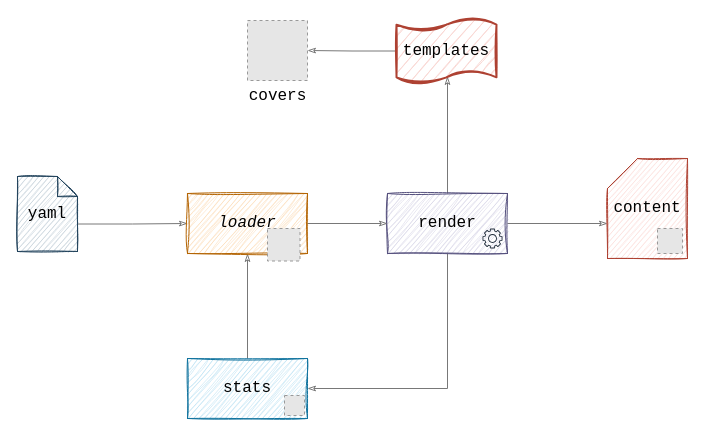
This is docs/it-readventure.drawio.xml from enribd/choose-your-own-it-readventure, a draw.io file, before an edit. Source tidied: cells renumbered, new cells numbered last; positions are measured from the earlier drawing's top-left corner, leaving out a move shared by most shapes. Both pictures are drawn from the tidied source at 100%, with x=0, y=0 at pixel (17, 18). Pictures stored in the file or linked from it are replaced by grey dashed boxes.
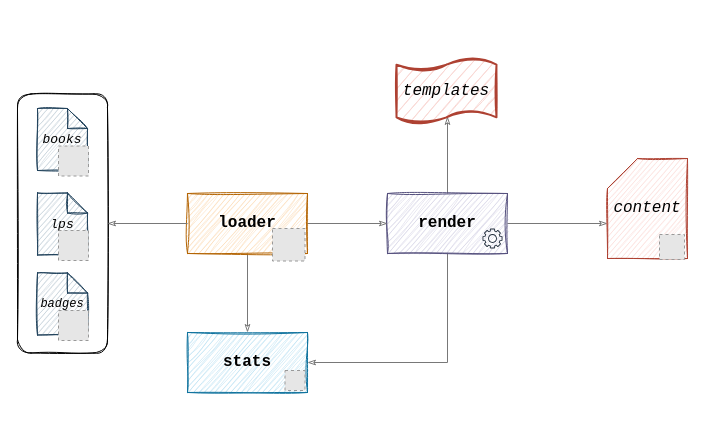
After the change.

Diff of the diagram source:
```diff
@@
+    <mxCell id="20" style="rounded=1;whiteSpace=wrap;html=1;sketch=1;fontSize=14;fillColor=none;" parent="1" vertex="1">
+      <mxGeometry y="75.5" width="90" height="259" as="geometry" />
+    </mxCell>
@@
     <mxCell id="3" style="edgeStyle=orthogonalEdgeStyle;rounded=0;jettySize=auto;html=1;entryX=1;entryY=0.5;entryDx=0;entryDy=0;strokeColor=#787878;fontFamily=Courier New;fontSize=16;endArrow=classicThin;endFill=0;" parent="1" edge="1" source="5" target="8">
       <mxGeometry relative="1" as="geometry">
         <Array as="points">
-          <mxPoint x="430" y="370" />
+          <mxPoint x="430" y="344" />
         </Array>
       </mxGeometry>
     </mxCell>
@@
-    <mxCell id="5" value="render" style="rounded=0;whiteSpace=wrap;html=1;sketch=1;curveFitting=1;jiggle=2;shadow=0;glass=0;fontFamily=Courier New;fontSize=16;fillColor=#d0cee2;strokeColor=#56517e;" parent="1" vertex="1">
+    <mxCell id="5" value="render" style="rounded=0;whiteSpace=wrap;html=1;sketch=1;curveFitting=1;jiggle=2;shadow=0;glass=0;fontFamily=Courier New;fontSize=16;fillColor=#d0cee2;strokeColor=#56517e;fontStyle=1;" parent="1" vertex="1">
       <mxGeometry x="370" y="175" width="120" height="60" as="geometry" />
     </mxCell>
-    <mxCell id="6" style="edgeStyle=orthogonalEdgeStyle;rounded=0;jettySize=auto;html=1;fontFamily=Courier New;fontSize=16;endArrow=classicThin;endFill=0;strokeColor=#787878;exitX=0;exitY=0;exitDx=60;exitDy=47.5;exitPerimeter=0;" parent="1" edge="1" source="14" target="10">
-      <mxGeometry relative="1" as="geometry" />
-    </mxCell>
-    <mxCell id="7" style="edgeStyle=orthogonalEdgeStyle;rounded=0;jettySize=auto;html=1;entryX=0.5;entryY=1;entryDx=0;entryDy=0;strokeColor=#787878;fontFamily=Courier New;fontSize=16;endArrow=classicThin;endFill=0;" parent="1" edge="1" source="8" target="10">
+    <mxCell id="7" style="edgeStyle=orthogonalEdgeStyle;rounded=0;jettySize=auto;html=1;strokeColor=#787878;fontFamily=Courier New;fontSize=16;endArrow=classicThin;endFill=0;exitX=0.5;exitY=1;exitDx=0;exitDy=0;entryX=0.5;entryY=0;entryDx=0;entryDy=0;" parent="1" edge="1" source="10" target="8">
       <mxGeometry relative="1" as="geometry" />
     </mxCell>
-    <mxCell id="8" value="stats" style="rounded=0;whiteSpace=wrap;html=1;sketch=1;curveFitting=1;jiggle=2;shadow=0;glass=0;fontFamily=Courier New;fontSize=16;fillColor=#b1ddf0;strokeColor=#10739e;" parent="1" vertex="1">
-      <mxGeometry x="170" y="340" width="120" height="60" as="geometry" />
+    <mxCell id="8" value="stats" style="rounded=0;whiteSpace=wrap;html=1;sketch=1;curveFitting=1;jiggle=2;shadow=0;glass=0;fontFamily=Courier New;fontSize=16;fillColor=#b1ddf0;strokeColor=#10739e;fontStyle=1;" parent="1" vertex="1">
+      <mxGeometry x="170" y="314" width="120" height="60" as="geometry" />
     </mxCell>
@@
-    <mxCell id="10" value="loader" style="rounded=0;whiteSpace=wrap;html=1;sketch=1;curveFitting=1;jiggle=2;shadow=0;glass=0;fontFamily=Courier New;fontSize=16;fillColor=#fad7ac;strokeColor=#b46504;fontStyle=2;" parent="1" vertex="1">
+    <mxCell id="10" value="loader" style="rounded=0;whiteSpace=wrap;html=1;sketch=1;curveFitting=1;jiggle=2;shadow=0;glass=0;fontFamily=Courier New;fontSize=16;fillColor=#fad7ac;strokeColor=#b46504;fontStyle=1;" parent="1" vertex="1">
       <mxGeometry x="170" y="175" width="120" height="60" as="geometry" />
     </mxCell>
-    <mxCell id="11" value="&lt;font style=&quot;font-size: 16px;&quot;&gt;content&lt;/font&gt;" style="shape=card;whiteSpace=wrap;html=1;rounded=0;shadow=0;glass=0;sketch=1;fontFamily=Courier New;fontSize=13;fillColor=#fad9d5;strokeColor=#ae4132;" parent="1" vertex="1">
+    <mxCell id="11" value="&lt;font style=&quot;font-size: 16px;&quot;&gt;content&lt;/font&gt;" style="shape=card;whiteSpace=wrap;html=1;rounded=0;shadow=0;glass=0;sketch=1;fontFamily=Courier New;fontSize=13;fillColor=#fad9d5;strokeColor=#ae4132;fontStyle=2;" parent="1" vertex="1">
       <mxGeometry x="590" y="140" width="80" height="100" as="geometry" />
     </mxCell>
-    <mxCell id="12" style="edgeStyle=orthogonalEdgeStyle;rounded=0;jettySize=auto;html=1;entryX=1;entryY=0.5;entryDx=0;entryDy=0;strokeColor=#787878;fontFamily=Courier New;fontSize=16;endArrow=classicThin;endFill=0;" parent="1" edge="1" source="13" target="15">
-      <mxGeometry relative="1" as="geometry" />
-    </mxCell>
-    <mxCell id="13" value="&lt;font style=&quot;font-size: 16px;&quot;&gt;templates&lt;/font&gt;" style="shape=tape;whiteSpace=wrap;html=1;strokeWidth=2;size=0.19;rounded=0;shadow=0;glass=0;sketch=1;fontFamily=Courier New;fontSize=13;fillColor=#fad9d5;strokeColor=#ae4132;" parent="1" vertex="1">
-      <mxGeometry x="379" width="100" height="65" as="geometry" />
+    <mxCell id="13" value="&lt;font style=&quot;font-size: 16px;&quot;&gt;templates&lt;/font&gt;" style="shape=tape;whiteSpace=wrap;html=1;strokeWidth=2;size=0.19;rounded=0;shadow=0;glass=0;sketch=1;fontFamily=Courier New;fontSize=13;fillColor=#fad9d5;strokeColor=#ae4132;fontStyle=2;" parent="1" vertex="1">
+      <mxGeometry x="379" y="40" width="100" height="65" as="geometry" />
     </mxCell>
-    <mxCell id="14" value="yaml" style="shape=note;size=20;whiteSpace=wrap;html=1;rounded=0;shadow=0;glass=0;sketch=1;fontFamily=Courier New;fontSize=16;fillColor=#bac8d3;strokeColor=#23445d;fontStyle=0;" parent="1" vertex="1">
-      <mxGeometry y="158" width="60" height="75" as="geometry" />
-    </mxCell>
-    <mxCell id="15" value="covers" style="fillColor=#E6E6E6;strokeColor=#999999;dashed=1;html=1;verticalAlign=top;verticalLabelPosition=bottom;labelBackgroundColor=#ffffff;fontFamily=Courier New;fontSize=16;" parent="1" vertex="1">
-      <mxGeometry x="230" y="2" width="60" height="60" as="geometry" />
-    </mxCell>
     <mxCell id="16" style="fillColor=#E6E6E6;strokeColor=#999999;dashed=1;html=1;verticalAlign=top;verticalLabelPosition=bottom;labelBackgroundColor=#ffffff;fontFamily=Courier New;fontSize=16;" parent="1" vertex="1">
-      <mxGeometry x="640" y="210" width="25" height="25" as="geometry" />
+      <mxGeometry x="642" y="216" width="25" height="25" as="geometry" />
     </mxCell>
@@
     <mxCell id="18" style="fillColor=#E6E6E6;strokeColor=#999999;dashed=1;html=1;verticalAlign=top;verticalLabelPosition=bottom;labelBackgroundColor=#ffffff;fontFamily=Courier New;fontSize=16;" parent="1" vertex="1">
-      <mxGeometry x="267" y="377" width="20" height="20" as="geometry" />
+      <mxGeometry x="267.5" y="352" width="20" height="20" as="geometry" />
     </mxCell>
     <mxCell id="19" style="fillColor=#E6E6E6;strokeColor=#999999;dashed=1;html=1;verticalAlign=top;verticalLabelPosition=bottom;labelBackgroundColor=#ffffff;fontFamily=Courier New;fontSize=16;" parent="1" vertex="1">
-      <mxGeometry x="250" y="210" width="32.5" height="32.5" as="geometry" />
+      <mxGeometry x="255" y="210" width="32.5" height="32.5" as="geometry" />
     </mxCell>
+    <mxCell id="21" style="edgeStyle=orthogonalEdgeStyle;rounded=0;jettySize=auto;html=1;strokeColor=#787878;fontFamily=Courier New;fontSize=16;endArrow=classicThin;endFill=0;exitX=0;exitY=0.5;exitDx=0;exitDy=0;entryX=1;entryY=0.5;entryDx=0;entryDy=0;" parent="1" edge="1" source="10" target="20">
+      <mxGeometry relative="1" as="geometry" />
+    </mxCell>
+    <mxCell id="22" style="group;" parent="1" vertex="1">
+      <mxGeometry x="20" y="90" width="51" height="67.5" as="geometry" />
+    </mxCell>
+    <mxCell id="14" value="books" style="shape=note;size=20;whiteSpace=wrap;html=1;rounded=0;shadow=0;glass=0;sketch=1;fontFamily=Courier New;fontSize=13;fillColor=#bac8d3;strokeColor=#23445d;fontStyle=2;spacingTop=0;" parent="22" vertex="1">
+      <mxGeometry width="50" height="62" as="geometry" />
+    </mxCell>
+    <mxCell id="23" style="fillColor=#E6E6E6;strokeColor=#999999;dashed=1;html=1;verticalAlign=top;verticalLabelPosition=bottom;labelBackgroundColor=#ffffff;fontSize=12;" parent="22" vertex="1">
+      <mxGeometry x="21" y="37.5" width="30" height="30" as="geometry" />
+    </mxCell>
+    <mxCell id="24" style="group;" parent="1" vertex="1">
+      <mxGeometry x="20" y="174.5" width="51" height="67.5" as="geometry" />
+    </mxCell>
+    <mxCell id="25" value="lps" style="shape=note;size=20;whiteSpace=wrap;html=1;rounded=0;shadow=0;glass=0;sketch=1;fontFamily=Courier New;fontSize=13;fillColor=#bac8d3;strokeColor=#23445d;fontStyle=2;spacingTop=0;" parent="24" vertex="1">
+      <mxGeometry width="50" height="62" as="geometry" />
+    </mxCell>
+    <mxCell id="26" style="fillColor=#E6E6E6;strokeColor=#999999;dashed=1;html=1;verticalAlign=top;verticalLabelPosition=bottom;labelBackgroundColor=#ffffff;fontSize=12;" parent="24" vertex="1">
+      <mxGeometry x="21" y="37.5" width="30" height="30" as="geometry" />
+    </mxCell>
+    <mxCell id="27" style="group;" parent="1" vertex="1">
+      <mxGeometry x="20" y="254.5" width="51" height="67.5" as="geometry" />
+    </mxCell>
+    <mxCell id="28" value="badges" style="shape=note;size=20;whiteSpace=wrap;html=1;rounded=0;shadow=0;glass=0;sketch=1;fontFamily=Courier New;fontSize=12;fillColor=#bac8d3;strokeColor=#23445d;fontStyle=2;spacingTop=0;" parent="27" vertex="1">
+      <mxGeometry width="50" height="62" as="geometry" />
+    </mxCell>
+    <mxCell id="29" style="fillColor=#E6E6E6;strokeColor=#999999;dashed=1;html=1;verticalAlign=top;verticalLabelPosition=bottom;labelBackgroundColor=#ffffff;fontSize=12;" parent="27" vertex="1">
+      <mxGeometry x="21" y="37.5" width="30" height="30" as="geometry" />
+    </mxCell>
```
